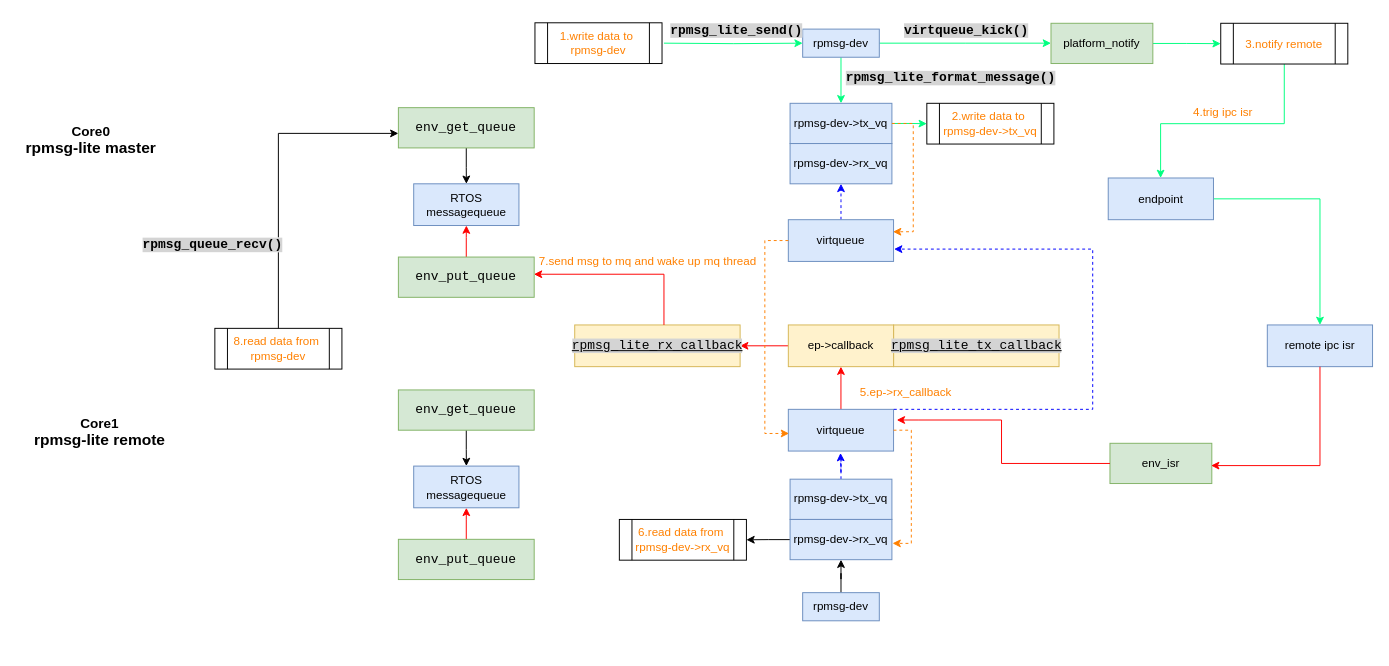
The draw.io diagram rpmsg-lite通信流程分析.drawio in kurisaW/Graph_Store, before the edit. Source tidied: cells renumbered, new cells numbered last; positions are measured from the earlier drawing's top-left corner, leaving out a move shared by most shapes. Both pictures are drawn from the tidied source at 97%, with x=0, y=0 at pixel (16, 16).
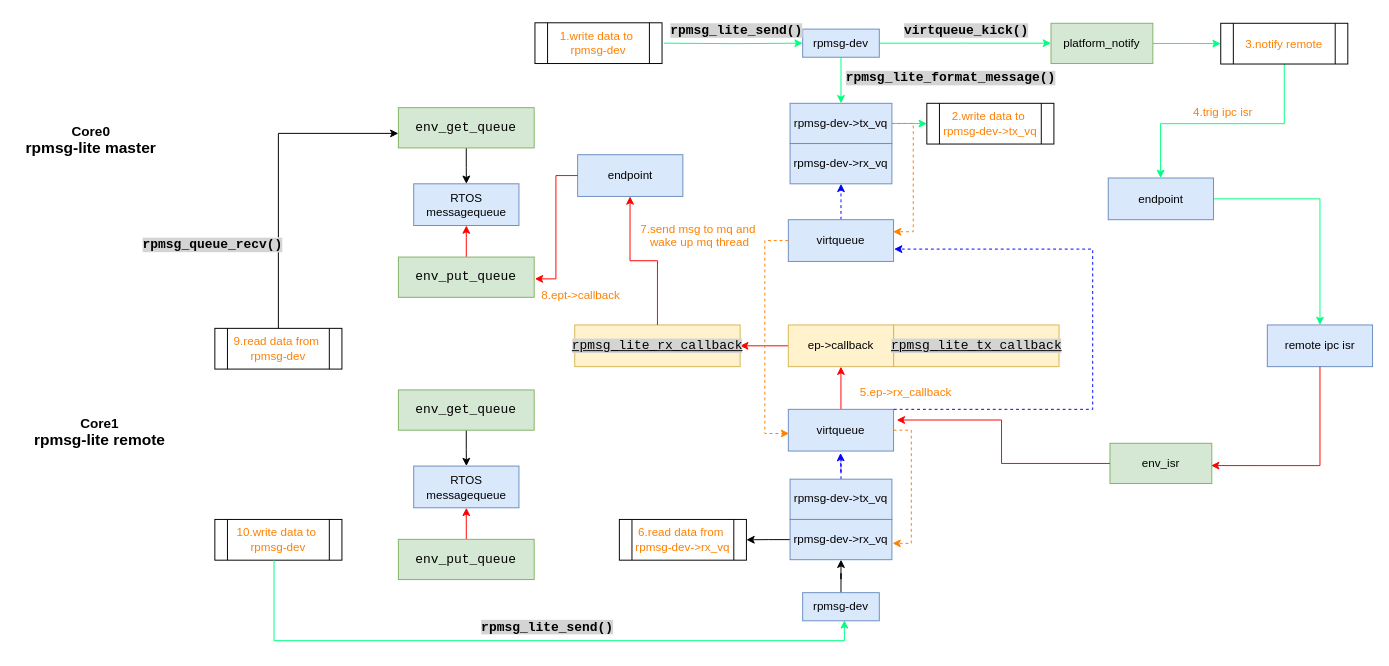
After the change.

Commit message:
更新rpmsg-lite通信流程分析.drawio

The change refers to these unchanged cells:
```xml
<mxCell id="29" value="rpmsg-dev" style="whiteSpace=wrap;html=1;fillColor=#dae8fc;strokeColor=#6c8ebf;" parent="1" vertex="1">
  <mxGeometry x="810" y="593.5" width="79" height="29" as="geometry" />
</mxCell>
<mxCell id="41" value="&lt;span style=&quot;font-family: Consolas; font-size: 13.3333px; white-space: pre; background-color: rgb(212, 212, 212); text-decoration-line: underline;&quot;&gt;rpmsg_lite_rx_callback&lt;/span&gt;" style="whiteSpace=wrap;html=1;fillColor=#fff2cc;strokeColor=#d6b656;" parent="1" vertex="1">
  <mxGeometry x="575" y="317.5" width="170.5" height="43" as="geometry" />
</mxCell>
<mxCell id="49" value="&lt;span style=&quot;font-family: Consolas; font-size: 13.3333px; text-align: left; white-space: pre;&quot;&gt;env_put_queue&lt;/span&gt;" style="whiteSpace=wrap;html=1;fillColor=#d5e8d4;strokeColor=#82b366;" parent="1" vertex="1">
  <mxGeometry x="393.2" y="247.5" width="140" height="41.5" as="geometry" />
</mxCell>
```

Diff of the diagram source:
```diff
@@
-    <mxCell id="50" style="edgeStyle=orthogonalEdgeStyle;rounded=0;jettySize=auto;html=1;entryX=0.998;entryY=0.427;entryDx=0;entryDy=0;entryPerimeter=0;strokeColor=#FF0000;" parent="1" edge="1" source="41" target="49">
-      <mxGeometry relative="1" as="geometry">
-        <Array as="points">
-          <mxPoint x="667" y="265.5" />
-        </Array>
-      </mxGeometry>
-    </mxCell>
@@
-    <mxCell id="53" value="&lt;font color=&quot;#ff8000&quot;&gt;7.send msg to mq and wake up mq thread&lt;/font&gt;" style="text;html=1;align=center;verticalAlign=middle;strokeColor=none;fillColor=none;" parent="1" vertex="1">
-      <mxGeometry x="529" y="238.5" width="242" height="26" as="geometry" />
-    </mxCell>
@@
-    <mxCell id="59" value="&lt;font color=&quot;#ff8000&quot;&gt;8.read data from&amp;nbsp;&lt;/font&gt;&lt;div&gt;&lt;font color=&quot;#ff8000&quot;&gt;rpmsg-dev&lt;/font&gt;&lt;/div&gt;" style="shape=process;whiteSpace=wrap;html=1;backgroundOutline=1;" parent="1" vertex="1">
+    <mxCell id="59" value="&lt;font color=&quot;#ff8000&quot;&gt;9.read data from&amp;nbsp;&lt;/font&gt;&lt;div&gt;&lt;font color=&quot;#ff8000&quot;&gt;rpmsg-dev&lt;/font&gt;&lt;/div&gt;" style="shape=process;whiteSpace=wrap;html=1;backgroundOutline=1;" parent="1" vertex="1">
       <mxGeometry x="204" y="321" width="131" height="42" as="geometry" />
     </mxCell>
@@
+    <mxCell id="62" value="endpoint" style="whiteSpace=wrap;html=1;fillColor=#dae8fc;strokeColor=#6c8ebf;" parent="1" vertex="1">
+      <mxGeometry x="578" y="142" width="108.5" height="43" as="geometry" />
+    </mxCell>
+    <mxCell id="63" style="edgeStyle=orthogonalEdgeStyle;rounded=0;jettySize=auto;html=1;entryX=0.498;entryY=1;entryDx=0;entryDy=0;entryPerimeter=0;fillColor=#f8cecc;strokeColor=#FF0000;" parent="1" edge="1" source="41" target="62">
+      <mxGeometry relative="1" as="geometry" />
+    </mxCell>
+    <mxCell id="53" value="&lt;font color=&quot;#ff8000&quot; style=&quot;forced-color-adjust: none; font-family: Helvetica; font-size: 12px; font-style: normal; font-variant-ligatures: normal; font-variant-caps: normal; font-weight: 400; letter-spacing: normal; orphans: 2; text-align: center; text-indent: 0px; text-transform: none; widows: 2; word-spacing: 0px; -webkit-text-stroke-width: 0px; white-space: nowrap; text-decoration-thickness: initial; text-decoration-style: initial; text-decoration-color: initial; color: light-dark(rgb(255, 128, 0), rgb(206, 97, 0)); background-color: light-dark(#ffffff, var(--ge-dark-color, #121212));&quot;&gt;7.send msg to mq and&amp;nbsp;&lt;/font&gt;&lt;div style=&quot;forced-color-adjust: none; color: rgb(0, 0, 0); font-family: Helvetica; font-size: 12px; font-style: normal; font-variant-ligatures: normal; font-variant-caps: normal; font-weight: 400; letter-spacing: normal; orphans: 2; text-align: center; text-indent: 0px; text-transform: none; widows: 2; word-spacing: 0px; -webkit-text-stroke-width: 0px; white-space: nowrap; text-decoration-thickness: initial; text-decoration-style: initial; text-decoration-color: initial;&quot;&gt;&lt;font color=&quot;#ff8000&quot; style=&quot;forced-color-adjust: none; background-color: light-dark(#ffffff, var(--ge-dark-color, #121212));&quot;&gt;wake up mq thread&lt;/font&gt;&lt;/div&gt;" style="text;whiteSpace=wrap;html=1;" parent="1" vertex="1">
+      <mxGeometry x="641" y="205" width="150" height="51" as="geometry" />
+    </mxCell>
+    <mxCell id="64" style="edgeStyle=orthogonalEdgeStyle;rounded=0;jettySize=auto;html=1;entryX=1.005;entryY=0.542;entryDx=0;entryDy=0;entryPerimeter=0;strokeColor=#FF0000;" parent="1" edge="1" source="62" target="49">
+      <mxGeometry relative="1" as="geometry" />
+    </mxCell>
+    <mxCell id="65" value="&lt;font style=&quot;color: rgb(255, 128, 0);&quot;&gt;8.ept-&amp;gt;callback&lt;/font&gt;" style="text;html=1;align=center;verticalAlign=middle;strokeColor=none;fillColor=none;" parent="1" vertex="1">
+      <mxGeometry x="531" y="274" width="99" height="26" as="geometry" />
+    </mxCell>
+    <mxCell id="66" value="&lt;font color=&quot;#ff8000&quot;&gt;10.write data to&amp;nbsp;&lt;/font&gt;&lt;div&gt;&lt;font color=&quot;#ff8000&quot;&gt;rpmsg-dev&lt;/font&gt;&lt;/div&gt;" style="shape=process;whiteSpace=wrap;html=1;backgroundOutline=1;" parent="1" vertex="1">
+      <mxGeometry x="204" y="518" width="131" height="42" as="geometry" />
+    </mxCell>
+    <mxCell id="67" style="edgeStyle=orthogonalEdgeStyle;rounded=0;jettySize=auto;html=1;entryX=0.544;entryY=0.983;entryDx=0;entryDy=0;entryPerimeter=0;strokeColor=#00FF80;" parent="1" edge="1" source="66" target="29">
+      <mxGeometry relative="1" as="geometry">
+        <Array as="points">
+          <mxPoint x="265" y="643" />
+          <mxPoint x="853" y="643" />
+        </Array>
+      </mxGeometry>
+    </mxCell>
+    <mxCell id="68" value="&lt;span style=&quot;background-color:#ffffff;padding:0px 0px 0px 2px;&quot;&gt;&lt;span style=&quot;color:#000000;background-color:#ffffff;font-family:&amp;quot;Consolas&amp;quot;;font-size:10pt;white-space:pre;&quot;&gt;&lt;span style=&quot;color:#000000;&quot;&gt;&lt;/span&gt;&lt;span style=&quot;color:#000000;background-color:#d4d4d4;font-weight:bold;&quot;&gt;rpmsg_lite_send()&lt;/span&gt;&lt;/span&gt;&lt;/span&gt;" style="text;whiteSpace=wrap;html=1;" parent="1" vertex="1">
+      <mxGeometry x="475" y="615" width="140" height="38" as="geometry" />
+    </mxCell>
```
